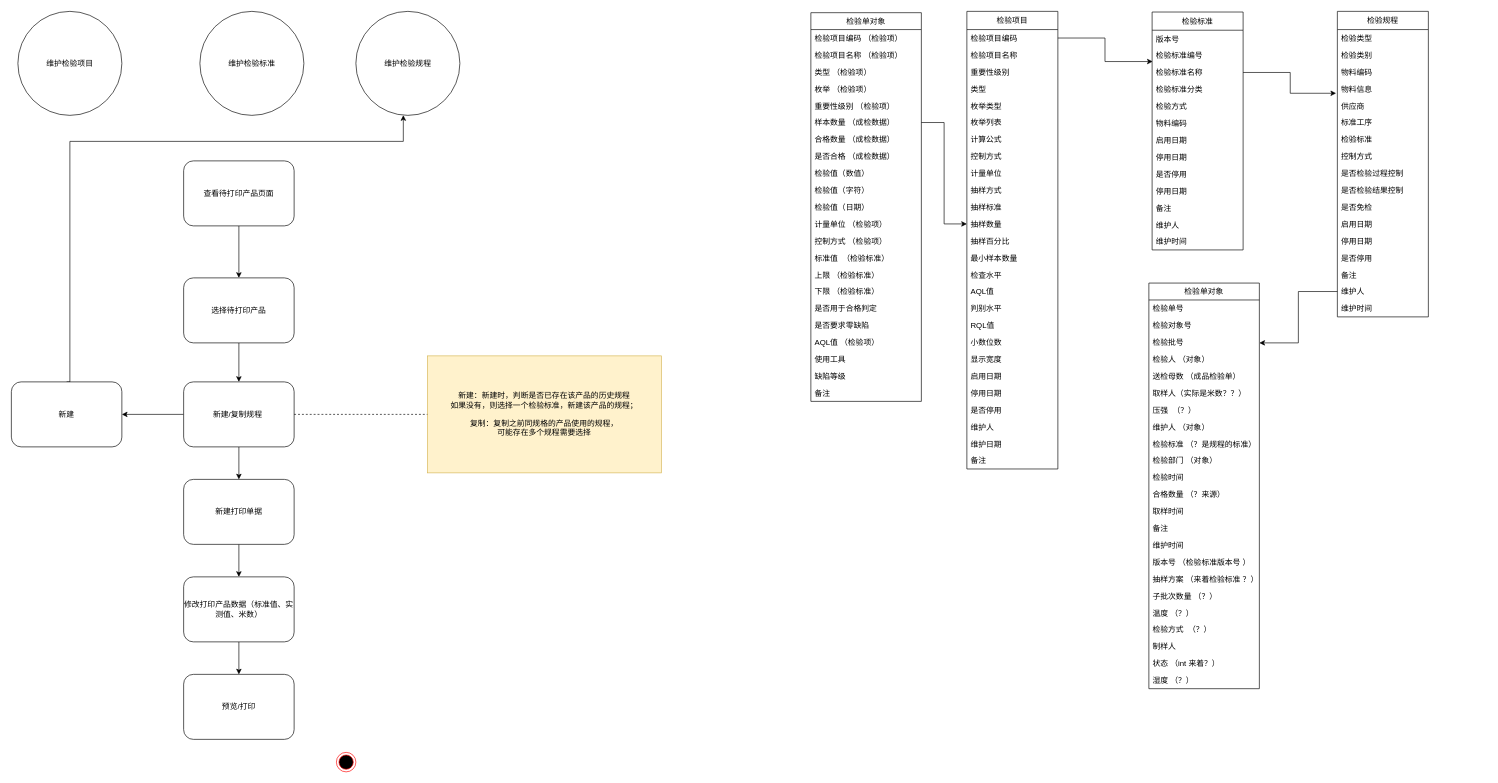
The draw.io diagram Untitled Diagram.drawio in Minibay/DrawView, before the edit. Source tidied: cells renumbered, new cells numbered last; positions are measured from the earlier drawing's top-left corner, leaving out a move shared by most shapes. Both pictures are drawn from the tidied source at 65%, with x=0, y=0 at pixel (11, 11).
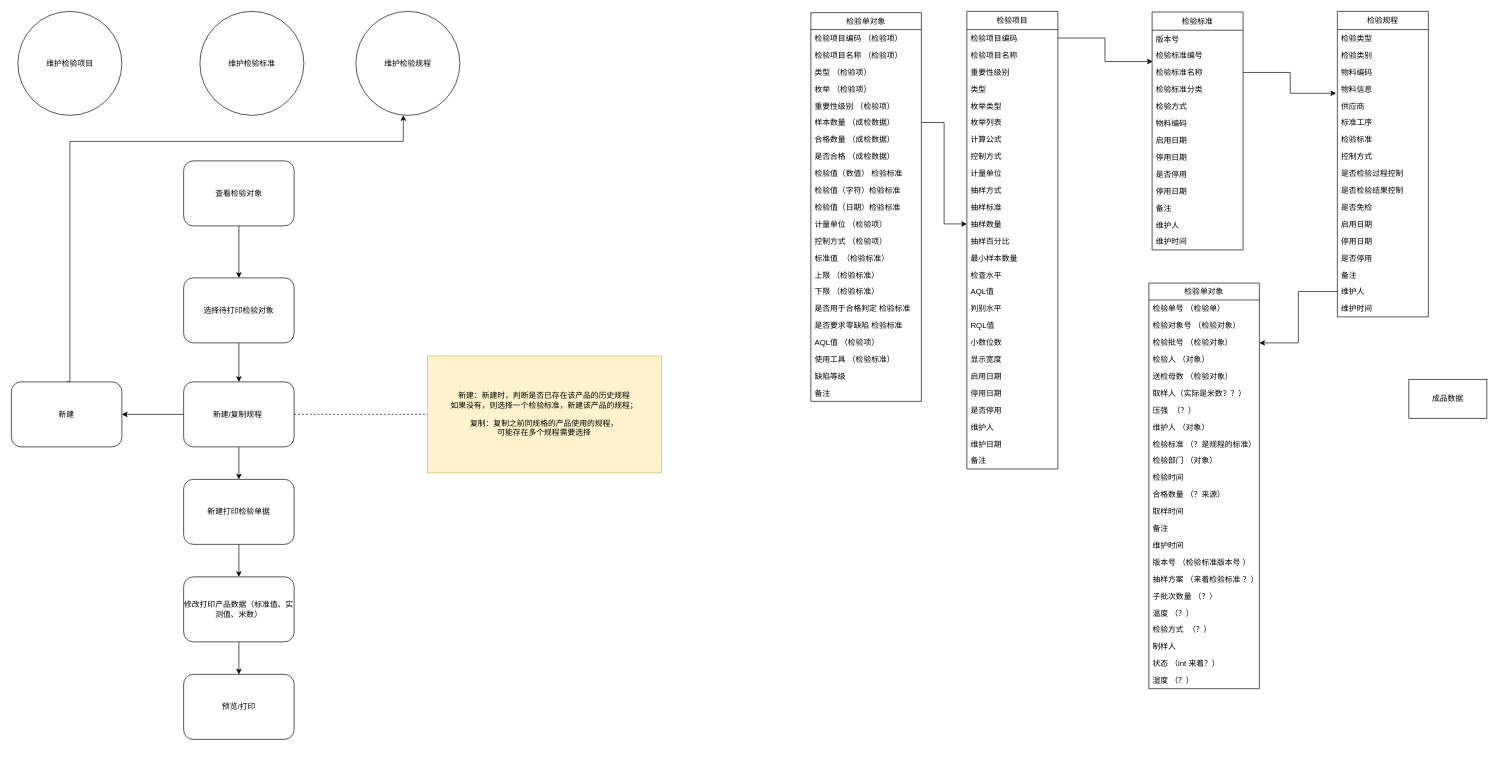
After the change.

The change refers to these unchanged cells:
```xml
<mxCell id="48" value="检验单对象" style="swimlane;fontStyle=0;horizontal=1;startSize=26;fillColor=none;" parent="1" vertex="1">
  <mxGeometry x="1750" y="418" width="170" height="624" as="geometry" />
</mxCell>
<mxCell id="108" value="检验单对象" style="swimlane;fontStyle=0;horizontal=1;startSize=26;fillColor=none;" parent="1" vertex="1">
  <mxGeometry x="1230" y="2" width="170" height="598" as="geometry" />
</mxCell>
```

What changed in the source:
```diff
@@
-    <mxCell id="33" value="查看待打印产品页面" style="rounded=1;whiteSpace=wrap;html=1;" parent="1" vertex="1">
+    <mxCell id="33" value="查看检验对象" style="rounded=1;whiteSpace=wrap;html=1;" parent="1" vertex="1">
       <mxGeometry x="265" y="230" width="170" height="100" as="geometry" />
     </mxCell>
@@
-    <mxCell id="35" value="选择待打印产品" style="rounded=1;whiteSpace=wrap;html=1;" parent="1" vertex="1">
+    <mxCell id="35" value="选择待打印检验对象" style="rounded=1;whiteSpace=wrap;html=1;" parent="1" vertex="1">
       <mxGeometry x="265" y="410" width="170" height="100" as="geometry" />
     </mxCell>
@@
-    <mxCell id="42" value="新建打印单据" style="rounded=1;whiteSpace=wrap;html=1;" parent="1" vertex="1">
+    <mxCell id="42" value="新建打印检验单据" style="rounded=1;whiteSpace=wrap;html=1;" parent="1" vertex="1">
       <mxGeometry x="265" y="720" width="170" height="100" as="geometry" />
     </mxCell>
@@
-    <mxCell id="49" value="检验单号  " style="text;strokeColor=none;fillColor=none;align=left;verticalAlign=top;spacingLeft=4;spacingRight=4;overflow=hidden;" parent="48" vertex="1">
+    <mxCell id="49" value="检验单号 （检验单）  " style="text;strokeColor=none;fillColor=none;align=left;verticalAlign=top;spacingLeft=4;spacingRight=4;overflow=hidden;" parent="48" vertex="1">
       <mxGeometry y="26" width="170" height="26" as="geometry" />
     </mxCell>
-    <mxCell id="50" value="检验对象号" style="text;strokeColor=none;fillColor=none;align=left;verticalAlign=top;spacingLeft=4;spacingRight=4;overflow=hidden;" parent="48" vertex="1">
+    <mxCell id="50" value="检验对象号 （检验对象）" style="text;strokeColor=none;fillColor=none;align=left;verticalAlign=top;spacingLeft=4;spacingRight=4;overflow=hidden;" parent="48" vertex="1">
       <mxGeometry y="52" width="170" height="26" as="geometry" />
     </mxCell>
-    <mxCell id="51" value="检验批号" style="text;strokeColor=none;fillColor=none;align=left;verticalAlign=top;spacingLeft=4;spacingRight=4;overflow=hidden;" parent="48" vertex="1">
+    <mxCell id="51" value="检验批号 （检验对象）" style="text;strokeColor=none;fillColor=none;align=left;verticalAlign=top;spacingLeft=4;spacingRight=4;overflow=hidden;" parent="48" vertex="1">
       <mxGeometry y="78" width="170" height="26" as="geometry" />
     </mxCell>
@@
-    <mxCell id="53" value="送检母数 （成品检验单）" style="text;strokeColor=none;fillColor=none;align=left;verticalAlign=top;spacingLeft=4;spacingRight=4;overflow=hidden;" parent="48" vertex="1">
+    <mxCell id="53" value="送检母数 （检验对象）" style="text;strokeColor=none;fillColor=none;align=left;verticalAlign=top;spacingLeft=4;spacingRight=4;overflow=hidden;" parent="48" vertex="1">
       <mxGeometry y="130" width="170" height="26" as="geometry" />
     </mxCell>
@@
-    <mxCell id="72" style="ellipse;html=1;shape=endState;fillColor=#000000;strokeColor=#ff0000;" parent="1" vertex="1">
-      <mxGeometry x="500" y="1140" width="30" height="30" as="geometry" />
-    </mxCell>
@@
-    <mxCell id="117" value="检验值（数值）" style="text;strokeColor=none;fillColor=none;align=left;verticalAlign=top;spacingLeft=4;spacingRight=4;overflow=hidden;" parent="108" vertex="1">
+    <mxCell id="117" value="检验值（数值） 检验标准" style="text;strokeColor=none;fillColor=none;align=left;verticalAlign=top;spacingLeft=4;spacingRight=4;overflow=hidden;" parent="108" vertex="1">
       <mxGeometry y="234" width="170" height="26" as="geometry" />
     </mxCell>
-    <mxCell id="118" value="检验值（字符）" style="text;strokeColor=none;fillColor=none;align=left;verticalAlign=top;spacingLeft=4;spacingRight=4;overflow=hidden;" parent="108" vertex="1">
+    <mxCell id="118" value="检验值（字符）检验标准" style="text;strokeColor=none;fillColor=none;align=left;verticalAlign=top;spacingLeft=4;spacingRight=4;overflow=hidden;" parent="108" vertex="1">
       <mxGeometry y="260" width="170" height="26" as="geometry" />
     </mxCell>
-    <mxCell id="119" value="检验值（日期）" style="text;strokeColor=none;fillColor=none;align=left;verticalAlign=top;spacingLeft=4;spacingRight=4;overflow=hidden;" parent="108" vertex="1">
+    <mxCell id="119" value="检验值（日期）检验标准" style="text;strokeColor=none;fillColor=none;align=left;verticalAlign=top;spacingLeft=4;spacingRight=4;overflow=hidden;" parent="108" vertex="1">
       <mxGeometry y="286" width="170" height="26" as="geometry" />
     </mxCell>
@@
-    <mxCell id="125" value="是否用于合格判定" style="text;strokeColor=none;fillColor=none;align=left;verticalAlign=top;spacingLeft=4;spacingRight=4;overflow=hidden;" parent="108" vertex="1">
+    <mxCell id="125" value="是否用于合格判定 检验标准" style="text;strokeColor=none;fillColor=none;align=left;verticalAlign=top;spacingLeft=4;spacingRight=4;overflow=hidden;" parent="108" vertex="1">
       <mxGeometry y="442" width="170" height="26" as="geometry" />
     </mxCell>
-    <mxCell id="126" value="是否要求零缺陷" style="text;strokeColor=none;fillColor=none;align=left;verticalAlign=top;spacingLeft=4;spacingRight=4;overflow=hidden;" parent="108" vertex="1">
+    <mxCell id="126" value="是否要求零缺陷 检验标准" style="text;strokeColor=none;fillColor=none;align=left;verticalAlign=top;spacingLeft=4;spacingRight=4;overflow=hidden;" parent="108" vertex="1">
       <mxGeometry y="468" width="170" height="26" as="geometry" />
     </mxCell>
@@
-    <mxCell id="128" value="使用工具" style="text;strokeColor=none;fillColor=none;align=left;verticalAlign=top;spacingLeft=4;spacingRight=4;overflow=hidden;" parent="108" vertex="1">
+    <mxCell id="128" value="使用工具 （检验标准）" style="text;strokeColor=none;fillColor=none;align=left;verticalAlign=top;spacingLeft=4;spacingRight=4;overflow=hidden;" parent="108" vertex="1">
       <mxGeometry y="520" width="170" height="26" as="geometry" />
     </mxCell>
@@
+    <mxCell id="132" value="成品数据" style="rounded=0;whiteSpace=wrap;html=1;" parent="1" vertex="1">
+      <mxGeometry x="2150" y="566" width="120" height="60" as="geometry" />
+    </mxCell>
```
